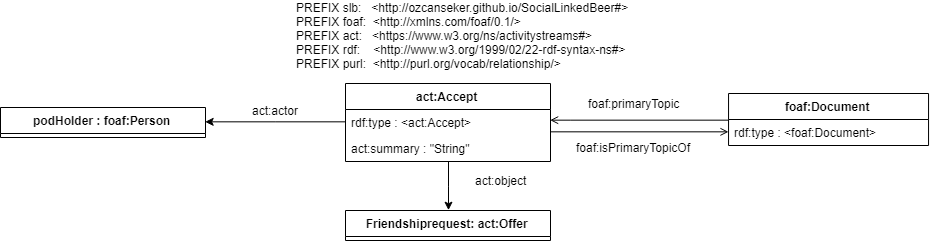
ozcanseker/Social-linked-beer keeps this draw.io diagram as docs/images/friendshiprequestAccept.png. Above is the earlier version. Source tidied: cells renumbered, new cells last; positions are measured from the earlier drawing's top-left corner, leaving out a move shared by most shapes. The source it was exported from:
```xml
<mxGraphModel>
  <root>
    <mxCell id="0" />
    <mxCell id="1" parent="0" />
    <mxCell id="2" value="PREFIX slb:&amp;nbsp; &amp;nbsp;&amp;lt;http://ozcanseker.github.io/SocialLinkedBeer#&amp;gt;&lt;br&gt;PREFIX foaf:&amp;nbsp; &amp;lt;http://xmlns.com/foaf/0.1/&amp;gt;&amp;nbsp;&lt;br&gt;PREFIX act:&amp;nbsp; &amp;nbsp;&amp;lt;&lt;a href=&quot;https://www.w3.org/ns/activitystreams&quot;&gt;https://www.w3.org/ns/activitystreams#&lt;/a&gt;&amp;gt;&amp;nbsp;&lt;br&gt;PREFIX rdf:&amp;nbsp; &amp;nbsp; &amp;lt;http://www.w3.org/1999/02/22-rdf-syntax-ns#&amp;gt;&lt;br&gt;PREFIX purl:&amp;nbsp; &amp;lt;http://purl.org/vocab/relationship/&amp;gt;&amp;nbsp;" style="text;html=1;align=left;verticalAlign=middle;" parent="1" vertex="1">
      <mxGeometry x="293.5" y="-0.3" width="350" height="70" as="geometry" />
    </mxCell>
    <mxCell id="3" value="Friendshiprequest: act:Offer" style="swimlane;fontStyle=1;align=center;verticalAlign=top;horizontal=1;startSize=26;" parent="1" vertex="1">
      <mxGeometry x="345" y="210" width="205" height="30" as="geometry" />
    </mxCell>
    <mxCell id="4" value="podHolder : foaf:Person" style="swimlane;fontStyle=1;align=center;verticalAlign=top;horizontal=1;startSize=26;" parent="1" vertex="1">
      <mxGeometry y="107" width="205" height="30" as="geometry" />
    </mxCell>
    <mxCell id="5" style="edgeStyle=orthogonalEdgeStyle;rounded=0;jettySize=auto;html=1;entryX=1;entryY=0;entryDx=0;entryDy=0;entryPerimeter=0;startArrow=none;startFill=0;startSize=0;sourcePerimeterSpacing=0;endArrow=open;endFill=0;endSize=6;targetPerimeterSpacing=0;" parent="1" edge="1" source="6">
      <mxGeometry relative="1" as="geometry">
        <mxPoint x="549.7" y="119.7" as="targetPoint" />
        <Array as="points">
          <mxPoint x="569.9" y="119" />
          <mxPoint x="569.9" y="119" />
        </Array>
      </mxGeometry>
    </mxCell>
    <mxCell id="6" value="foaf:Document" style="swimlane;fontStyle=1;align=center;verticalAlign=top;horizontal=1;startSize=26;" parent="1" vertex="1">
      <mxGeometry x="728.1" y="93" width="200" height="52" as="geometry" />
    </mxCell>
    <mxCell id="7" value="rdf:type : &lt;foaf:Document&gt; &#10; " style="text;strokeColor=none;fillColor=none;align=left;verticalAlign=top;spacingLeft=4;spacingRight=4;overflow=hidden;points=[[0,0.5],[1,0.5]];portConstraint=eastwest;" parent="6" vertex="1">
      <mxGeometry y="26" width="200" height="26" as="geometry" />
    </mxCell>
    <mxCell id="8" value="foaf:primaryTopic" style="text;html=1;align=center;verticalAlign=middle;" parent="1" vertex="1">
      <mxGeometry x="578.1" y="93" width="110" height="20" as="geometry" />
    </mxCell>
    <mxCell id="9" style="edgeStyle=orthogonalEdgeStyle;rounded=0;jettySize=auto;html=1;entryX=0;entryY=0.5;entryDx=0;entryDy=0;startArrow=none;startFill=0;sourcePerimeterSpacing=0;endArrow=open;endFill=0;targetPerimeterSpacing=0;startSize=0;" parent="1" edge="1" target="7">
      <mxGeometry relative="1" as="geometry">
        <mxPoint x="549.7" y="131.3" as="sourcePoint" />
        <Array as="points">
          <mxPoint x="550.1" y="132" />
        </Array>
      </mxGeometry>
    </mxCell>
    <mxCell id="10" value="foaf:isPrimaryTopicOf" style="text;html=1;align=center;verticalAlign=middle;" parent="1" vertex="1">
      <mxGeometry x="568.1" y="137" width="130" height="20" as="geometry" />
    </mxCell>
    <mxCell id="11" style="edgeStyle=orthogonalEdgeStyle;rounded=0;jettySize=auto;html=1;entryX=1;entryY=0.5;entryDx=0;entryDy=0;" parent="1" edge="1" source="13" target="4">
      <mxGeometry relative="1" as="geometry" />
    </mxCell>
    <mxCell id="12" style="edgeStyle=orthogonalEdgeStyle;rounded=0;jettySize=auto;html=1;entryX=0.5;entryY=0;entryDx=0;entryDy=0;" parent="1" edge="1" source="13" target="3">
      <mxGeometry relative="1" as="geometry" />
    </mxCell>
    <mxCell id="13" value="act:Accept" style="swimlane;fontStyle=1;align=center;verticalAlign=top;horizontal=1;startSize=26;" parent="1" vertex="1">
      <mxGeometry x="345" y="83" width="205" height="78" as="geometry" />
    </mxCell>
    <mxCell id="14" value="rdf:type : &lt;act:Accept&gt; &#10; " style="text;strokeColor=none;fillColor=none;align=left;verticalAlign=top;spacingLeft=4;spacingRight=4;overflow=hidden;" parent="13" vertex="1">
      <mxGeometry y="26" width="205" height="26" as="geometry" />
    </mxCell>
    <mxCell id="15" value="act:summary : &quot;String&quot; &#10; " style="text;strokeColor=none;fillColor=none;align=left;verticalAlign=top;spacingLeft=4;spacingRight=4;overflow=hidden;" parent="13" vertex="1">
      <mxGeometry y="52" width="205" height="26" as="geometry" />
    </mxCell>
    <mxCell id="16" value="act:actor" style="text;html=1;align=center;verticalAlign=middle;" parent="1" vertex="1">
      <mxGeometry x="245" y="100" width="60" height="20" as="geometry" />
    </mxCell>
    <mxCell id="17" value="act:object" style="text;html=1;align=center;verticalAlign=middle;" parent="1" vertex="1">
      <mxGeometry x="465" y="170" width="70" height="20" as="geometry" />
    </mxCell>
  </root>
</mxGraphModel>
```
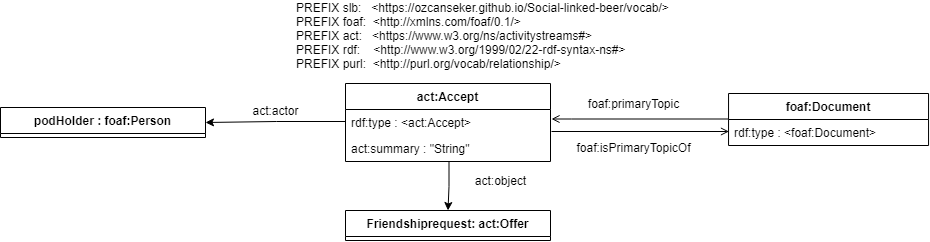
After the commit.

The edit, as a diff of the source:
```diff
@@ -2,8 +2,8 @@
   <root>
     <mxCell id="0" />
     <mxCell id="1" parent="0" />
-    <mxCell id="2" value="PREFIX slb:&amp;nbsp; &amp;nbsp;&amp;lt;http://ozcanseker.github.io/SocialLinkedBeer#&amp;gt;&lt;br&gt;PREFIX foaf:&amp;nbsp; &amp;lt;http://xmlns.com/foaf/0.1/&amp;gt;&amp;nbsp;&lt;br&gt;PREFIX act:&amp;nbsp; &amp;nbsp;&amp;lt;&lt;a href=&quot;https://www.w3.org/ns/activitystreams&quot;&gt;https://www.w3.org/ns/activitystreams#&lt;/a&gt;&amp;gt;&amp;nbsp;&lt;br&gt;PREFIX rdf:&amp;nbsp; &amp;nbsp; &amp;lt;http://www.w3.org/1999/02/22-rdf-syntax-ns#&amp;gt;&lt;br&gt;PREFIX purl:&amp;nbsp; &amp;lt;http://purl.org/vocab/relationship/&amp;gt;&amp;nbsp;" style="text;html=1;align=left;verticalAlign=middle;" parent="1" vertex="1">
-      <mxGeometry x="293.5" y="-0.3" width="350" height="70" as="geometry" />
+    <mxCell id="2" value="PREFIX slb:&amp;nbsp; &amp;nbsp;&amp;lt;https://ozcanseker.github.io/Social-linked-beer/vocab/&amp;gt;&lt;br&gt;PREFIX foaf:&amp;nbsp; &amp;lt;http://xmlns.com/foaf/0.1/&amp;gt;&amp;nbsp;&lt;br&gt;PREFIX act:&amp;nbsp; &amp;nbsp;&amp;lt;&lt;a href=&quot;https://www.w3.org/ns/activitystreams&quot;&gt;https://www.w3.org/ns/activitystreams#&lt;/a&gt;&amp;gt;&amp;nbsp;&lt;br&gt;PREFIX rdf:&amp;nbsp; &amp;nbsp; &amp;lt;http://www.w3.org/1999/02/22-rdf-syntax-ns#&amp;gt;&lt;br&gt;PREFIX purl:&amp;nbsp; &amp;lt;http://purl.org/vocab/relationship/&amp;gt;&amp;nbsp;" style="text;html=1;align=left;verticalAlign=middle;" parent="1" vertex="1">
+      <mxGeometry x="293.5" y="-0.3" width="390" height="70" as="geometry" />
     </mxCell>
     <mxCell id="3" value="Friendshiprequest: act:Offer" style="swimlane;fontStyle=1;align=center;verticalAlign=top;horizontal=1;startSize=26;" parent="1" vertex="1">
       <mxGeometry x="345" y="210" width="205" height="30" as="geometry" />
@@ -13,7 +13,7 @@
     </mxCell>
     <mxCell id="5" style="edgeStyle=orthogonalEdgeStyle;rounded=0;jettySize=auto;html=1;entryX=1;entryY=0;entryDx=0;entryDy=0;entryPerimeter=0;startArrow=none;startFill=0;startSize=0;sourcePerimeterSpacing=0;endArrow=open;endFill=0;endSize=6;targetPerimeterSpacing=0;" parent="1" edge="1" source="6">
       <mxGeometry relative="1" as="geometry">
-        <mxPoint x="549.7" y="119.7" as="targetPoint" />
+        <mxPoint x="551" y="118.5" as="targetPoint" />
         <Array as="points">
           <mxPoint x="569.9" y="119" />
           <mxPoint x="569.9" y="119" />
@@ -31,7 +31,7 @@
     </mxCell>
     <mxCell id="9" style="edgeStyle=orthogonalEdgeStyle;rounded=0;jettySize=auto;html=1;entryX=0;entryY=0.5;entryDx=0;entryDy=0;startArrow=none;startFill=0;sourcePerimeterSpacing=0;endArrow=open;endFill=0;targetPerimeterSpacing=0;startSize=0;" parent="1" edge="1" target="7">
       <mxGeometry relative="1" as="geometry">
-        <mxPoint x="549.7" y="131.3" as="sourcePoint" />
+        <mxPoint x="551" y="131" as="sourcePoint" />
         <Array as="points">
           <mxPoint x="550.1" y="132" />
         </Array>
```
